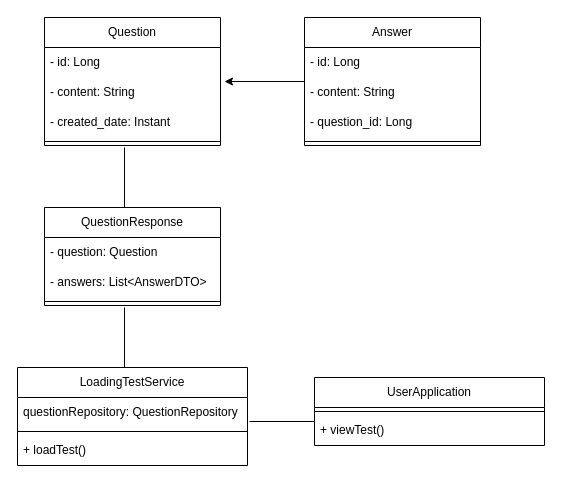
Earlier version of the draw.io diagram page "classDiagram createTest" (12 of 12) of Doc/Untitled Diagram.drawio (SWD392/SmallQuiz). Source tidied: cells renumbered, new cells numbered last; positions are measured from the earlier drawing's top-left corner, leaving out a move shared by most shapes. Both pictures are drawn from the tidied source at 100%, with x=0, y=0 at pixel (17, 17).
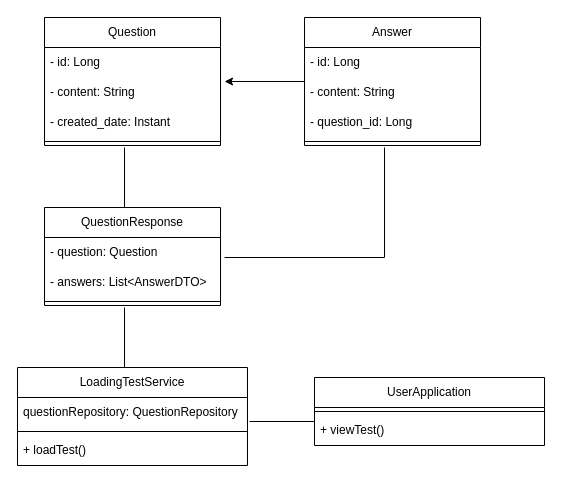
The same page after the edit.

Diff of the diagram source:
```diff
@@
+    <mxCell id="27" style="endArrow=none;html=1;rounded=0;fontSize=10;" parent="1" edge="1">
+      <mxGeometry relative="1" as="geometry">
+        <mxPoint x="207" y="240" as="sourcePoint" />
+        <mxPoint x="367" y="130" as="targetPoint" />
+        <Array as="points">
+          <mxPoint x="367" y="240" />
+        </Array>
+      </mxGeometry>
+    </mxCell>
```
